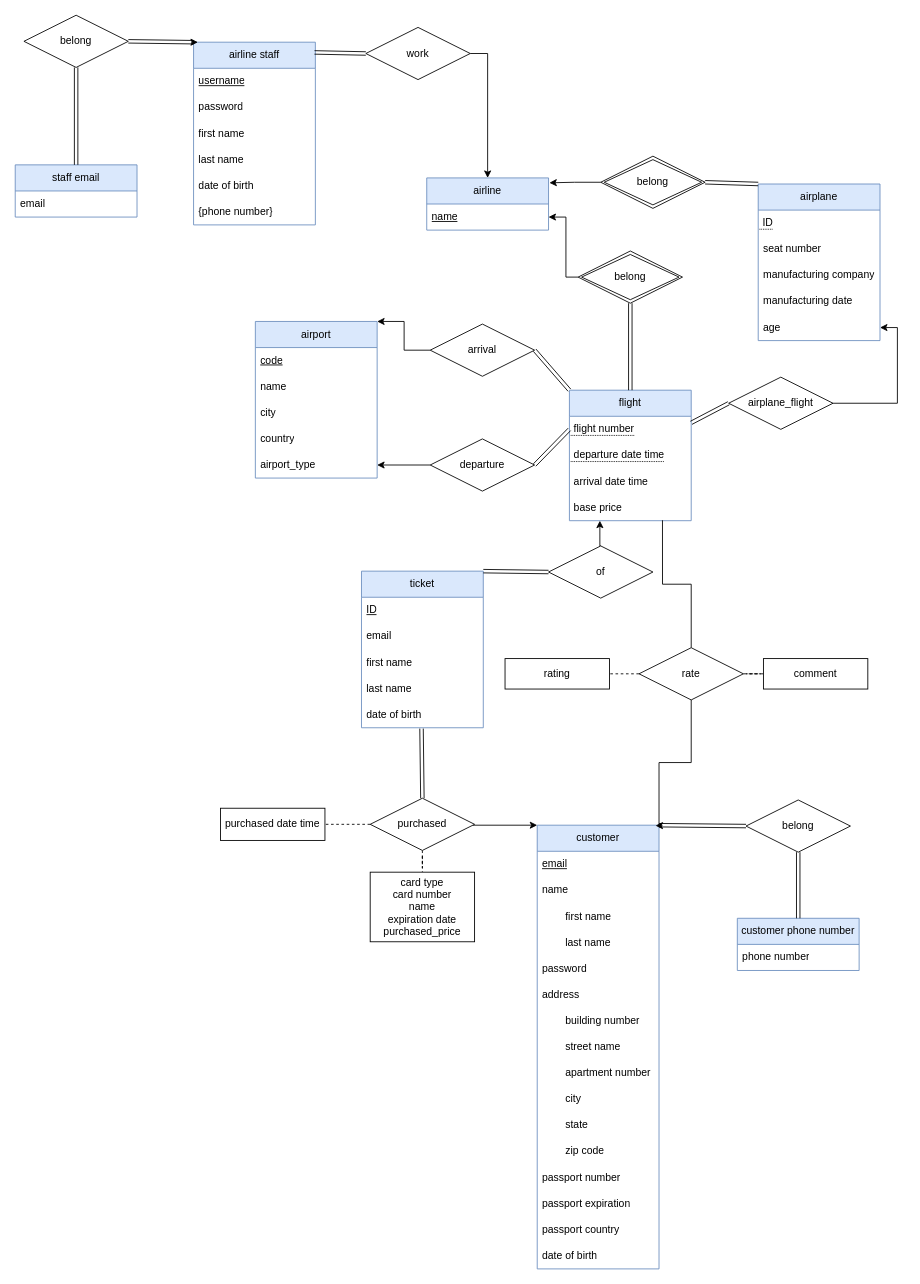
This is part1/ER_diagram.drawio from qianxichen233/CS-UY-3083-project, a draw.io file, before an edit. Source tidied: cells renumbered, new cells numbered last; positions are measured from the earlier drawing's top-left corner, leaving out a move shared by most shapes. Both pictures are drawn from the tidied source at 87%, with x=0, y=0 at pixel (15, 15).
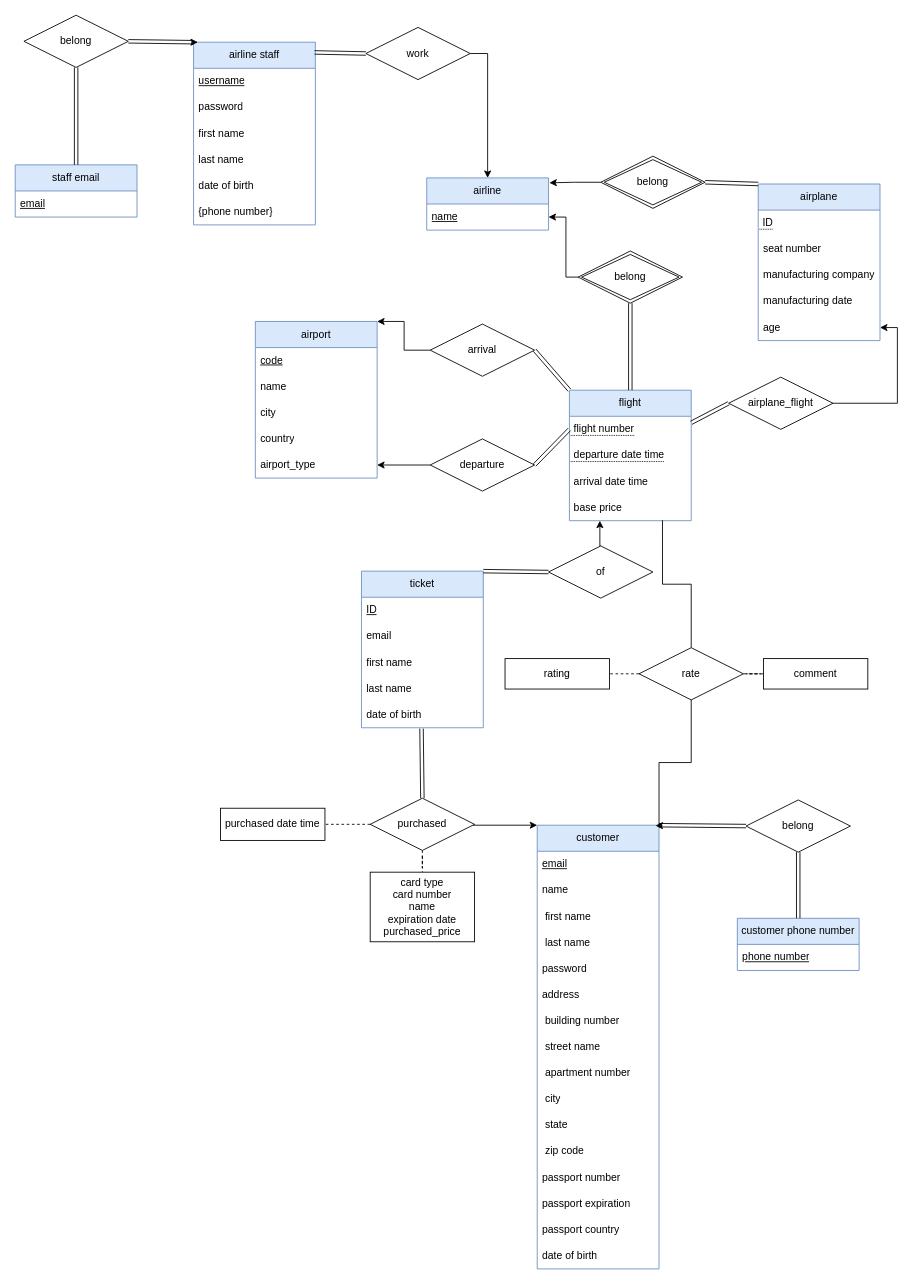
After the change.

Commit message:
final draft for part 1

Unchanged cells that the change refers to:
```xml
<mxCell id="46" value="customer" style="swimlane;fontStyle=0;horizontal=1;startSize=30;whiteSpace=wrap;html=1;fillColor=#dae8fc;strokeColor=#6c8ebf;" parent="1" vertex="1">
  <mxGeometry x="600" y="931" width="140" height="510" as="geometry" />
</mxCell>
<mxCell id="85" value="staff email" style="swimlane;fontStyle=0;horizontal=1;startSize=30;whiteSpace=wrap;html=1;fillColor=#dae8fc;strokeColor=#6c8ebf;" parent="1" vertex="1">
  <mxGeometry y="172" width="140" height="60" as="geometry" />
</mxCell>
<mxCell id="91" value="customer phone number" style="swimlane;fontStyle=0;horizontal=1;startSize=30;whiteSpace=wrap;html=1;fillColor=#dae8fc;strokeColor=#6c8ebf;" parent="1" vertex="1">
  <mxGeometry x="830" y="1038" width="140" height="60" as="geometry" />
</mxCell>
```

What changed in the source:
```diff
@@
-    <mxCell id="49" value="&lt;span style=&quot;white-space: pre;&quot;&gt;&#9;&lt;/span&gt;first name" style="text;strokeColor=none;fillColor=none;align=left;verticalAlign=middle;spacingLeft=4;spacingRight=4;overflow=hidden;whiteSpace=wrap;html=1;" parent="46" vertex="1">
+    <mxCell id="49" value="&lt;span style=&quot;white-space: pre;&quot;&gt; &lt;/span&gt;first name" style="text;strokeColor=none;fillColor=none;align=left;verticalAlign=middle;spacingLeft=4;spacingRight=4;overflow=hidden;whiteSpace=wrap;html=1;" parent="46" vertex="1">
       <mxGeometry y="90" width="140" height="30" as="geometry" />
     </mxCell>
-    <mxCell id="50" value="&lt;span style=&quot;white-space: pre;&quot;&gt;&#9;&lt;/span&gt;last name" style="text;strokeColor=none;fillColor=none;align=left;verticalAlign=middle;spacingLeft=4;spacingRight=4;overflow=hidden;whiteSpace=wrap;html=1;" parent="46" vertex="1">
+    <mxCell id="50" value="&lt;span style=&quot;white-space: pre;&quot;&gt; &lt;/span&gt;last name" style="text;strokeColor=none;fillColor=none;align=left;verticalAlign=middle;spacingLeft=4;spacingRight=4;overflow=hidden;whiteSpace=wrap;html=1;" parent="46" vertex="1">
       <mxGeometry y="120" width="140" height="30" as="geometry" />
     </mxCell>
@@
-    <mxCell id="53" value="&lt;span style=&quot;white-space: pre;&quot;&gt;&#9;&lt;/span&gt;building number" style="text;strokeColor=none;fillColor=none;align=left;verticalAlign=middle;spacingLeft=4;spacingRight=4;overflow=hidden;whiteSpace=wrap;html=1;" parent="46" vertex="1">
+    <mxCell id="53" value="&lt;span style=&quot;white-space: pre;&quot;&gt; &lt;/span&gt;building number" style="text;strokeColor=none;fillColor=none;align=left;verticalAlign=middle;spacingLeft=4;spacingRight=4;overflow=hidden;whiteSpace=wrap;html=1;" parent="46" vertex="1">
       <mxGeometry y="210" width="140" height="30" as="geometry" />
     </mxCell>
-    <mxCell id="54" value="&lt;span style=&quot;white-space: pre;&quot;&gt;&#9;&lt;/span&gt;street name" style="text;strokeColor=none;fillColor=none;align=left;verticalAlign=middle;spacingLeft=4;spacingRight=4;overflow=hidden;whiteSpace=wrap;html=1;" parent="46" vertex="1">
+    <mxCell id="54" value="&lt;span style=&quot;white-space: pre;&quot;&gt; &lt;/span&gt;street name" style="text;strokeColor=none;fillColor=none;align=left;verticalAlign=middle;spacingLeft=4;spacingRight=4;overflow=hidden;whiteSpace=wrap;html=1;" parent="46" vertex="1">
       <mxGeometry y="240" width="140" height="30" as="geometry" />
     </mxCell>
-    <mxCell id="55" value="&lt;span style=&quot;white-space: pre;&quot;&gt;&#9;&lt;/span&gt;apartment number" style="text;strokeColor=none;fillColor=none;align=left;verticalAlign=middle;spacingLeft=4;spacingRight=4;overflow=hidden;whiteSpace=wrap;html=1;" parent="46" vertex="1">
+    <mxCell id="55" value="&lt;span style=&quot;white-space: pre;&quot;&gt; &lt;/span&gt;apartment number" style="text;strokeColor=none;fillColor=none;align=left;verticalAlign=middle;spacingLeft=4;spacingRight=4;overflow=hidden;whiteSpace=wrap;html=1;" parent="46" vertex="1">
       <mxGeometry y="270" width="140" height="30" as="geometry" />
     </mxCell>
-    <mxCell id="56" value="&lt;span style=&quot;white-space: pre;&quot;&gt;&#9;&lt;/span&gt;city" style="text;strokeColor=none;fillColor=none;align=left;verticalAlign=middle;spacingLeft=4;spacingRight=4;overflow=hidden;whiteSpace=wrap;html=1;" parent="46" vertex="1">
+    <mxCell id="56" value="&lt;span style=&quot;white-space: pre;&quot;&gt; &lt;/span&gt;city" style="text;strokeColor=none;fillColor=none;align=left;verticalAlign=middle;spacingLeft=4;spacingRight=4;overflow=hidden;whiteSpace=wrap;html=1;" parent="46" vertex="1">
       <mxGeometry y="300" width="140" height="30" as="geometry" />
     </mxCell>
-    <mxCell id="57" value="&lt;span style=&quot;white-space: pre;&quot;&gt;&#9;&lt;/span&gt;state" style="text;strokeColor=none;fillColor=none;align=left;verticalAlign=middle;spacingLeft=4;spacingRight=4;overflow=hidden;whiteSpace=wrap;html=1;" parent="46" vertex="1">
+    <mxCell id="57" value="&lt;span style=&quot;white-space: pre;&quot;&gt; &lt;/span&gt;state" style="text;strokeColor=none;fillColor=none;align=left;verticalAlign=middle;spacingLeft=4;spacingRight=4;overflow=hidden;whiteSpace=wrap;html=1;" parent="46" vertex="1">
       <mxGeometry y="330" width="140" height="30" as="geometry" />
     </mxCell>
-    <mxCell id="58" value="&lt;span style=&quot;white-space: pre;&quot;&gt;&#9;&lt;/span&gt;zip code" style="text;strokeColor=none;fillColor=none;align=left;verticalAlign=middle;spacingLeft=4;spacingRight=4;overflow=hidden;whiteSpace=wrap;html=1;" parent="46" vertex="1">
+    <mxCell id="58" value="&lt;span style=&quot;white-space: pre;&quot;&gt; &lt;/span&gt;zip code" style="text;strokeColor=none;fillColor=none;align=left;verticalAlign=middle;spacingLeft=4;spacingRight=4;overflow=hidden;whiteSpace=wrap;html=1;" parent="46" vertex="1">
       <mxGeometry y="360" width="140" height="30" as="geometry" />
     </mxCell>
@@
-    <mxCell id="68" value="card type&lt;br&gt;&lt;span style=&quot;border-color: var(--border-color); text-align: left;&quot;&gt;&#9;&lt;/span&gt;&lt;span style=&quot;text-align: left;&quot;&gt;card number&lt;br&gt;&lt;/span&gt;&#9;&lt;span style=&quot;text-align: left;&quot;&gt;name&lt;br&gt;&lt;/span&gt;&#9;&lt;span class=&quot;custom-cursor-default-hover&quot; style=&quot;text-align: left;&quot;&gt;expiration date&lt;br&gt;&lt;/span&gt;&lt;span style=&quot;text-align: left;&quot;&gt;purchased_price&lt;br&gt;&lt;/span&gt;" style="rounded=0;whiteSpace=wrap;html=1;" parent="1" vertex="1">
+    <mxCell id="68" value="card type&lt;br&gt;&lt;span style=&quot;border-color: var(--border-color); text-align: left;&quot;&gt; &lt;/span&gt;&lt;span style=&quot;text-align: left;&quot;&gt;card number&lt;br&gt;&lt;/span&gt; &lt;span style=&quot;text-align: left;&quot;&gt;name&lt;br&gt;&lt;/span&gt; &lt;span class=&quot;custom-cursor-default-hover&quot; style=&quot;text-align: left;&quot;&gt;expiration date&lt;br&gt;&lt;/span&gt;&lt;span style=&quot;text-align: left;&quot;&gt;purchased_price&lt;br&gt;&lt;/span&gt;" style="rounded=0;whiteSpace=wrap;html=1;" parent="1" vertex="1">
       <mxGeometry x="408" y="985" width="120" height="80" as="geometry" />
     </mxCell>
@@
-    <mxCell id="86" value="email" style="text;strokeColor=none;fillColor=none;align=left;verticalAlign=middle;spacingLeft=4;spacingRight=4;overflow=hidden;whiteSpace=wrap;html=1;" parent="85" vertex="1">
+    <mxCell id="86" value="&lt;u&gt;email&lt;/u&gt;" style="text;strokeColor=none;fillColor=none;align=left;verticalAlign=middle;spacingLeft=4;spacingRight=4;overflow=hidden;whiteSpace=wrap;html=1;" parent="85" vertex="1">
       <mxGeometry y="30" width="140" height="30" as="geometry" />
     </mxCell>
@@
-    <mxCell id="92" value="phone number" style="text;strokeColor=none;fillColor=none;align=left;verticalAlign=middle;spacingLeft=4;spacingRight=4;overflow=hidden;whiteSpace=wrap;html=1;" parent="91" vertex="1">
+    <mxCell id="92" value="&lt;u&gt;phone number&lt;/u&gt;" style="text;strokeColor=none;fillColor=none;align=left;verticalAlign=middle;spacingLeft=4;spacingRight=4;overflow=hidden;whiteSpace=wrap;html=1;" parent="91" vertex="1">
       <mxGeometry y="30" width="140" height="30" as="geometry" />
     </mxCell>
```
